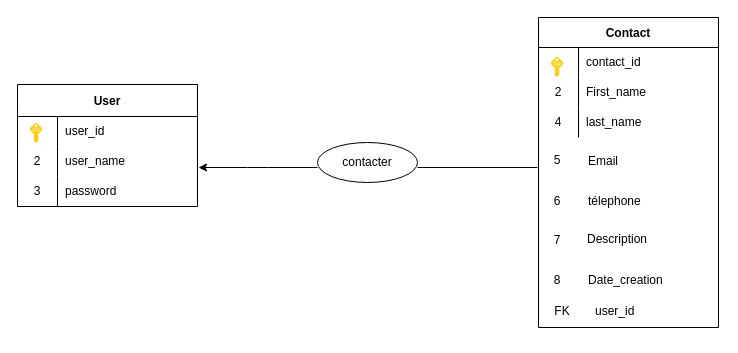
This is MLD.drawio from emminyell/Brief2_sprint3, a draw.io file, before an edit. Source tidied: cells renumbered, new cells numbered last; positions are measured from the earlier drawing's top-left corner, leaving out a move shared by most shapes. Both pictures are drawn from the tidied source at 100%, with x=0, y=0 at pixel (17, 17).
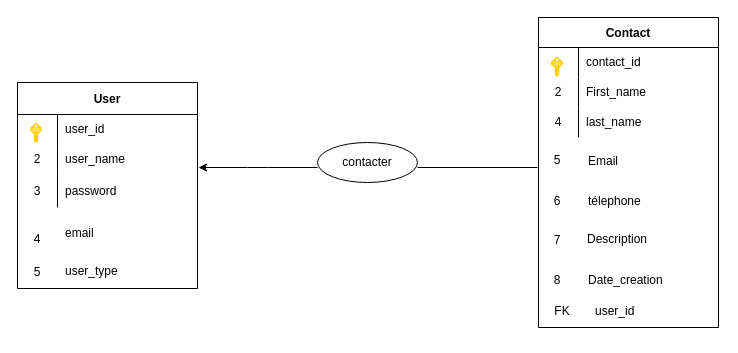
After the change.

What changed in the source:
```diff
@@
     <mxCell id="2" value="User" style="shape=table;startSize=32;childLayout=tableLayout;rowLines=0;fontStyle=1;" parent="1" vertex="1">
-      <mxGeometry y="67" width="180" height="122" as="geometry" />
+      <mxGeometry y="65" width="180" height="206" as="geometry" />
     </mxCell>
@@
     <mxCell id="9" style="shape=tableRow;horizontal=0;startSize=0;swimlaneHead=0;swimlaneBody=0;top=0;left=0;bottom=0;right=0;fillColor=none;" parent="2" vertex="1">
-      <mxGeometry y="92" width="180" height="30" as="geometry" />
+      <mxGeometry y="92" width="180" height="33" as="geometry" />
     </mxCell>
     <mxCell id="10" value="3" style="shape=partialRectangle;html=1;whiteSpace=wrap;fillColor=none;top=0;left=0;bottom=0;right=0;overflow=hidden;" parent="9" vertex="1">
-      <mxGeometry width="40" height="30" as="geometry" />
+      <mxGeometry width="40" height="33" as="geometry" />
     </mxCell>
     <mxCell id="11" value="password" style="shape=partialRectangle;html=1;whiteSpace=wrap;fillColor=none;top=0;left=0;bottom=0;right=0;align=left;spacingLeft=6;overflow=hidden;" parent="9" vertex="1">
-      <mxGeometry x="40" width="140" height="30" as="geometry" />
+      <mxGeometry x="40" width="140" height="33" as="geometry" />
     </mxCell>
@@
+    <mxCell id="39" value="email" style="shape=partialRectangle;html=1;whiteSpace=wrap;fillColor=none;top=0;left=0;bottom=0;right=0;align=left;spacingLeft=6;overflow=hidden;" parent="1" vertex="1">
+      <mxGeometry x="40" y="199" width="140" height="33" as="geometry" />
+    </mxCell>
+    <mxCell id="40" value="user_type" style="shape=partialRectangle;html=1;whiteSpace=wrap;fillColor=none;top=0;left=0;bottom=0;right=0;align=left;spacingLeft=6;overflow=hidden;" parent="1" vertex="1">
+      <mxGeometry x="40" y="237" width="140" height="33" as="geometry" />
+    </mxCell>
+    <mxCell id="41" value="4" style="shape=partialRectangle;html=1;whiteSpace=wrap;fillColor=none;top=0;left=0;bottom=0;right=0;overflow=hidden;" parent="1" vertex="1">
+      <mxGeometry y="205" width="40" height="33" as="geometry" />
+    </mxCell>
+    <mxCell id="42" value="5" style="shape=partialRectangle;html=1;whiteSpace=wrap;fillColor=none;top=0;left=0;bottom=0;right=0;overflow=hidden;" parent="1" vertex="1">
+      <mxGeometry y="238" width="40" height="33" as="geometry" />
+    </mxCell>
```
